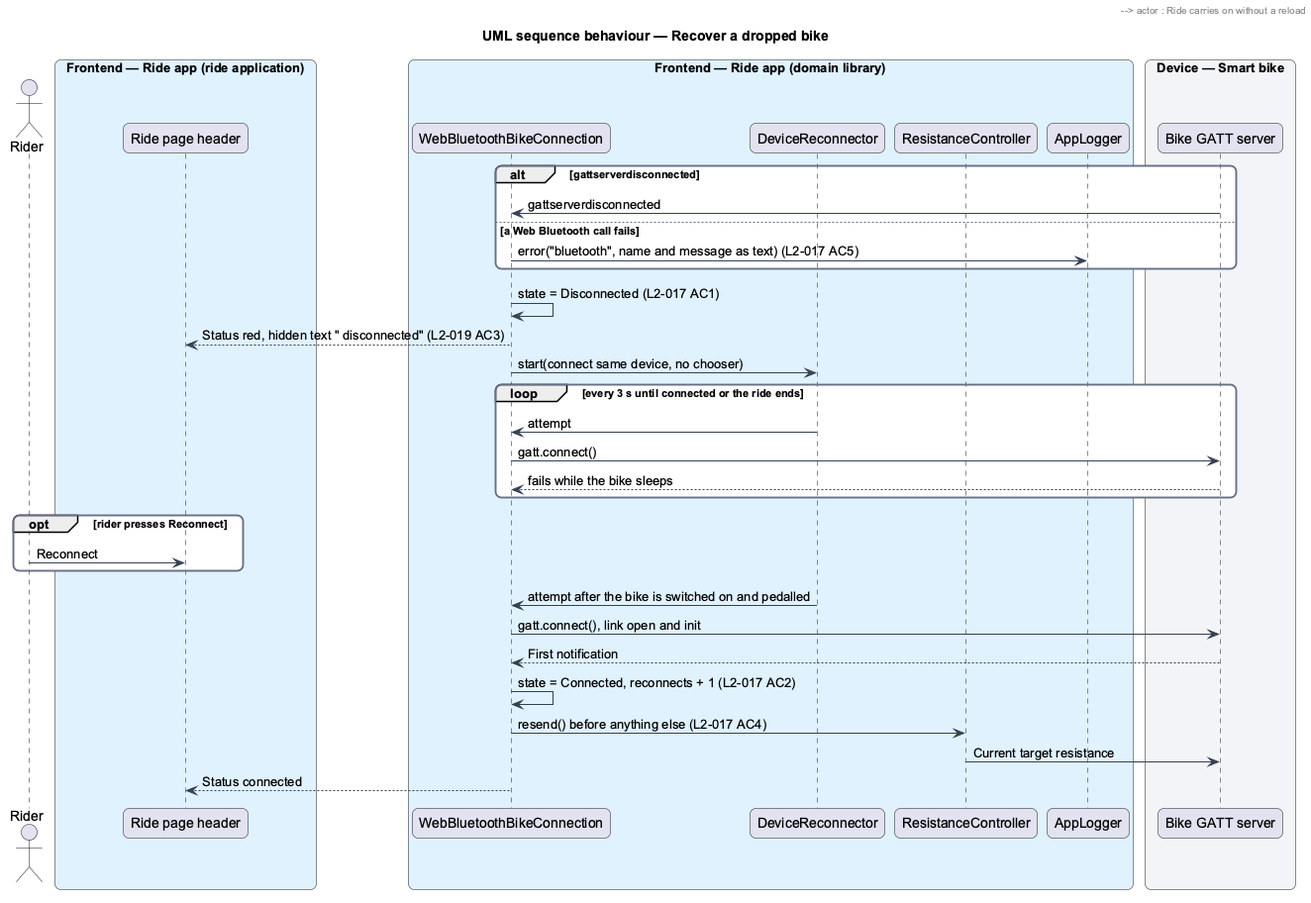
Before: docs/detailed-designs/bike/keep-the-bike-connected/diagrams/sequence-recover-a-dropped-bike.png, a diagram exported from PlantUML (QuinntyneBrown/ride-one). Source of this version:
```plantuml
@startuml
title UML sequence behaviour — Recover a dropped bike
skinparam backgroundColor #FFFFFF
skinparam shadowing false
skinparam roundcorner 12
skinparam defaultFontName Arial
skinparam ArrowColor #344054
skinparam rectangle {
  BorderColor #344054
  FontColor #101828
}
skinparam package {
  BorderColor #667085
  FontColor #101828
  BackgroundColor #F9FAFB
}
actor "Rider" as actor
box "Frontend — Ride app (ride application)" #E0F2FE
  participant "Ride page header" as header
end box
box "Frontend — Ride app (domain library)" #E0F2FE
  participant "WebBluetoothBikeConnection" as conn
  participant "DeviceReconnector" as recon
  participant "ResistanceController" as res
  participant "AppLogger" as log
end box
box "Device — Smart bike" #F2F4F7
  participant "Bike GATT server" as bike
end box
alt gattserverdisconnected
  bike -> conn : gattserverdisconnected
else a Web Bluetooth call fails
  conn -> log : error("bluetooth", name and message as text) (L2-017 AC5)
end
conn -> conn : state = Disconnected (L2-017 AC1)
conn --> header : Status red, hidden text " disconnected" (L2-019 AC3)
conn -> recon : start(connect same device, no chooser)
loop every 3 s until connected or the ride ends
  recon -> conn : attempt
  conn -> bike : gatt.connect()
  bike --> conn : fails while the bike sleeps
end
opt rider presses Reconnect
  actor -> header : Reconnect
  header -> recon : retryNow() cancels the pending retry and tries at once (L2-017 AC3)
end
recon -> conn : attempt after the bike is switched on and pedalled
conn -> bike : gatt.connect(), link open and init
bike --> conn : First notification
conn -> conn : state = Connected, reconnects + 1 (L2-017 AC2)
conn -> res : resend() before anything else (L2-017 AC4)
res -> bike : Current target resistance
conn --> header : Status connected
header --> actor : Ride carries on without a reload
@enduml
```
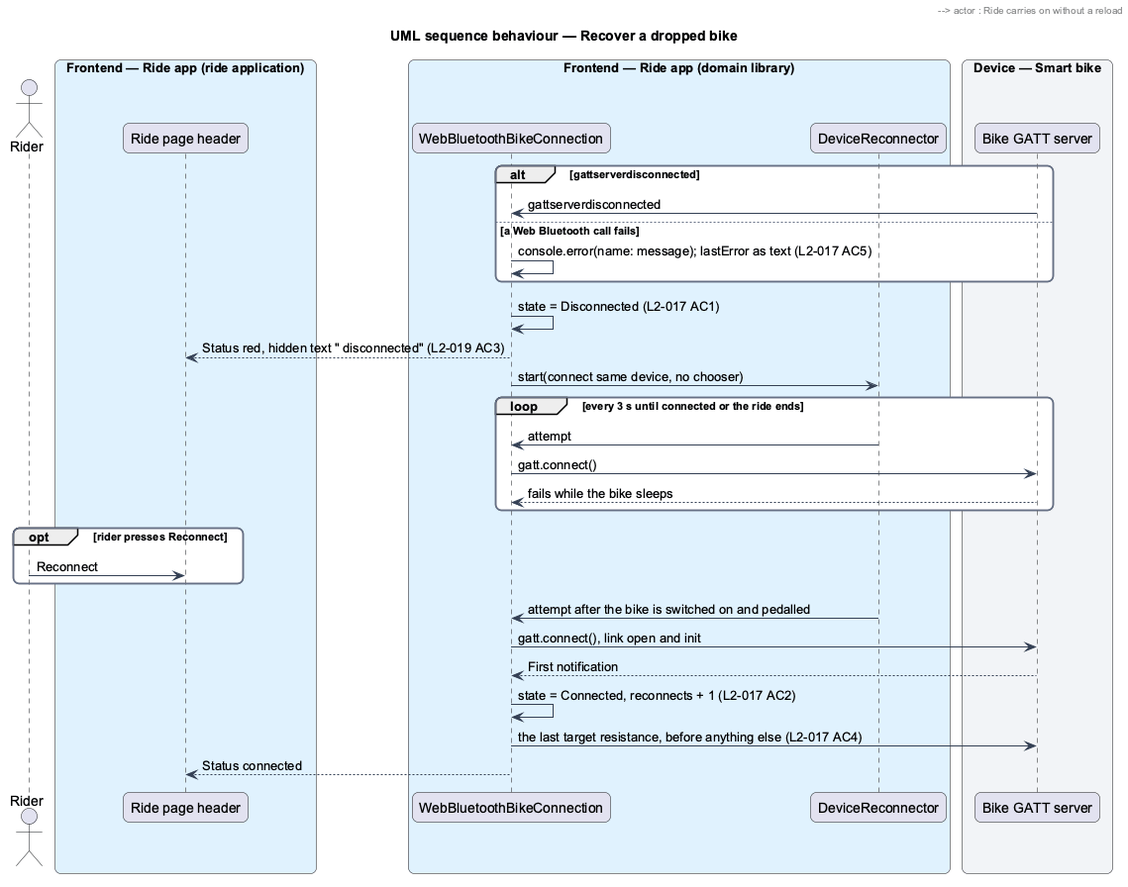
The same diagram one commit later.

Commit message:
Align keeping the bike connected with what slice 2.4 builds

Diff of the diagram source:
```diff
@@ -21,8 +21,6 @@
 box "Frontend — Ride app (domain library)" #E0F2FE
   participant "WebBluetoothBikeConnection" as conn
   participant "DeviceReconnector" as recon
-  participant "ResistanceController" as res
-  participant "AppLogger" as log
 end box
 box "Device — Smart bike" #F2F4F7
   participant "Bike GATT server" as bike
@@ -30,7 +28,7 @@
 alt gattserverdisconnected
   bike -> conn : gattserverdisconnected
 else a Web Bluetooth call fails
-  conn -> log : error("bluetooth", name and message as text) (L2-017 AC5)
+  conn -> conn : console.error(name: message); lastError as text (L2-017 AC5)
 end
 conn -> conn : state = Disconnected (L2-017 AC1)
 conn --> header : Status red, hidden text " disconnected" (L2-019 AC3)
@@ -48,8 +46,7 @@
 conn -> bike : gatt.connect(), link open and init
 bike --> conn : First notification
 conn -> conn : state = Connected, reconnects + 1 (L2-017 AC2)
-conn -> res : resend() before anything else (L2-017 AC4)
-res -> bike : Current target resistance
+conn -> bike : the last target resistance, before anything else (L2-017 AC4)
 conn --> header : Status connected
 header --> actor : Ride carries on without a reload
 @enduml
```
